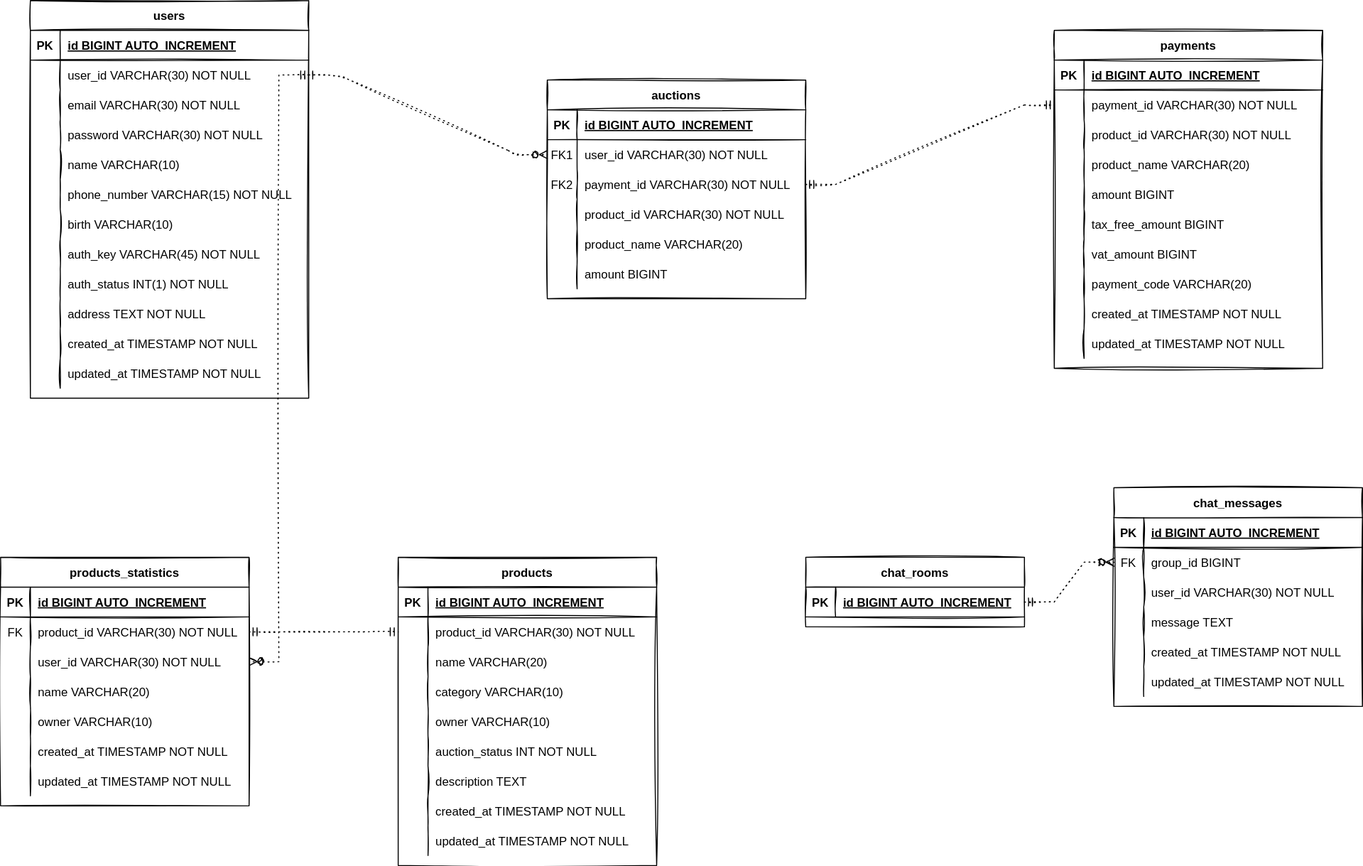
Before: sago_database_schema.drawio.svg, a diagram exported from draw.io (AnneMayor/TestRepository). Source tidied: cells renumbered, new cells last; positions are measured from the earlier drawing's top-left corner, leaving out a move shared by most shapes.
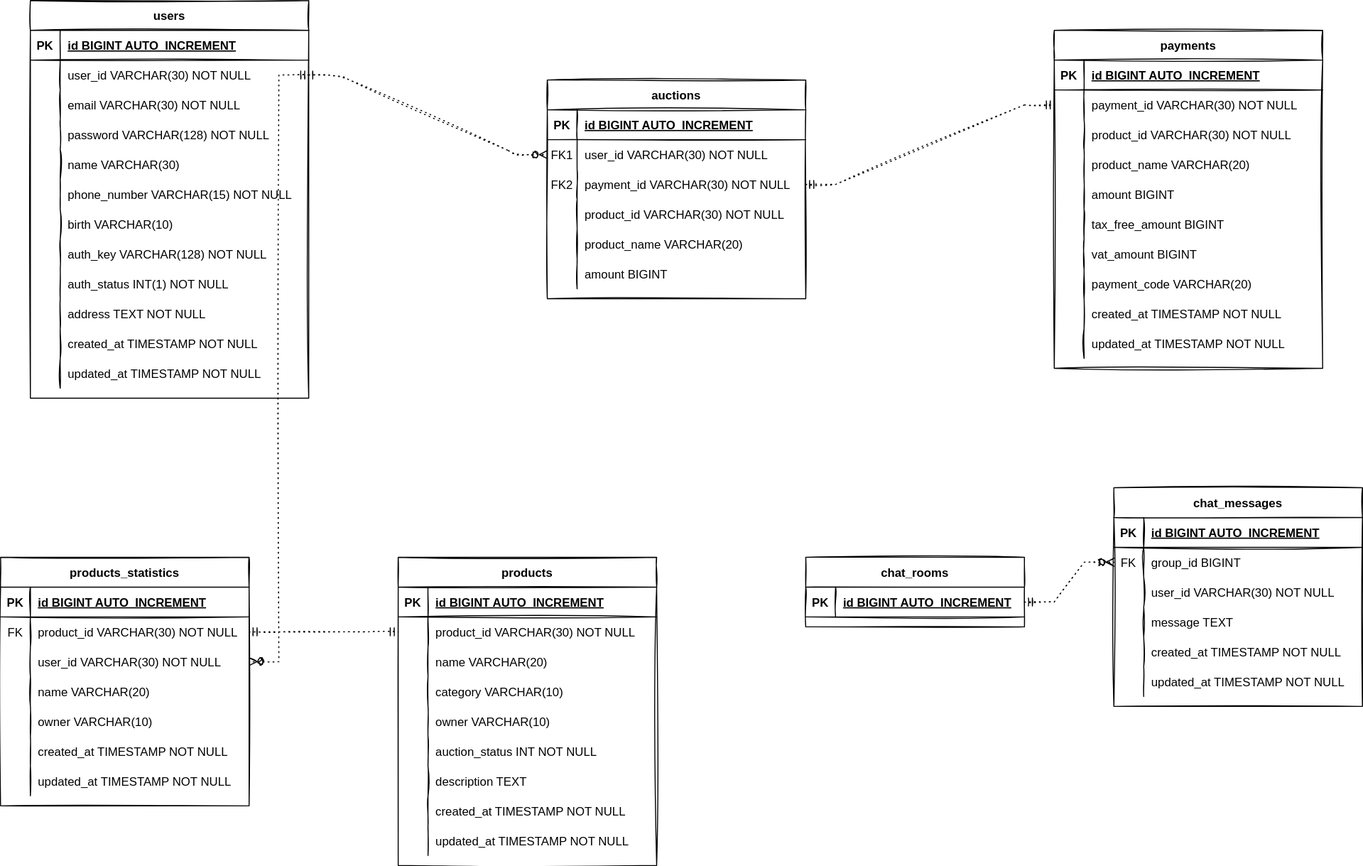
The same diagram one commit later.

The edit, as a diff of the source:
```diff
@@ -191,7 +191,7 @@
     <mxCell id="64" style="shape=partialRectangle;overflow=hidden;fillColor=none;top=0;left=0;bottom=0;right=0;sketch=1;" parent="63" vertex="1">
       <mxGeometry width="30" height="30" as="geometry" />
     </mxCell>
-    <mxCell id="65" value="password VARCHAR(30) NOT NULL" style="shape=partialRectangle;overflow=hidden;fillColor=none;top=0;left=0;bottom=0;right=0;align=left;spacingLeft=6;sketch=1;" parent="63" vertex="1">
+    <mxCell id="65" value="password VARCHAR(128) NOT NULL" style="shape=partialRectangle;overflow=hidden;fillColor=none;top=0;left=0;bottom=0;right=0;align=left;spacingLeft=6;sketch=1;" parent="63" vertex="1">
       <mxGeometry x="30" width="250" height="30" as="geometry" />
     </mxCell>
     <mxCell id="66" style="shape=partialRectangle;fillColor=none;top=0;left=0;right=0;bottom=0;sketch=1;" parent="53" vertex="1">
@@ -200,7 +200,7 @@
     <mxCell id="67" style="shape=partialRectangle;overflow=hidden;fillColor=none;top=0;left=0;bottom=0;right=0;sketch=1;" parent="66" vertex="1">
       <mxGeometry width="30" height="30" as="geometry" />
     </mxCell>
-    <mxCell id="68" value="name VARCHAR(10)" style="shape=partialRectangle;overflow=hidden;fillColor=none;top=0;left=0;bottom=0;right=0;align=left;spacingLeft=6;sketch=1;" parent="66" vertex="1">
+    <mxCell id="68" value="name VARCHAR(30)" style="shape=partialRectangle;overflow=hidden;fillColor=none;top=0;left=0;bottom=0;right=0;align=left;spacingLeft=6;sketch=1;" parent="66" vertex="1">
       <mxGeometry x="30" width="250" height="30" as="geometry" />
     </mxCell>
     <mxCell id="69" style="shape=partialRectangle;fillColor=none;top=0;left=0;right=0;bottom=0;sketch=1;" parent="53" vertex="1">
@@ -227,7 +227,7 @@
     <mxCell id="76" style="shape=partialRectangle;overflow=hidden;fillColor=none;top=0;left=0;bottom=0;right=0;sketch=1;" parent="75" vertex="1">
       <mxGeometry width="30" height="30" as="geometry" />
     </mxCell>
-    <mxCell id="77" value="auth_key VARCHAR(45) NOT NULL" style="shape=partialRectangle;overflow=hidden;fillColor=none;top=0;left=0;bottom=0;right=0;align=left;spacingLeft=6;sketch=1;" parent="75" vertex="1">
+    <mxCell id="77" value="auth_key VARCHAR(128) NOT NULL" style="shape=partialRectangle;overflow=hidden;fillColor=none;top=0;left=0;bottom=0;right=0;align=left;spacingLeft=6;sketch=1;" parent="75" vertex="1">
       <mxGeometry x="30" width="250" height="30" as="geometry" />
     </mxCell>
     <mxCell id="78" style="shape=partialRectangle;fillColor=none;top=0;left=0;right=0;bottom=0;sketch=1;" parent="53" vertex="1">
```
